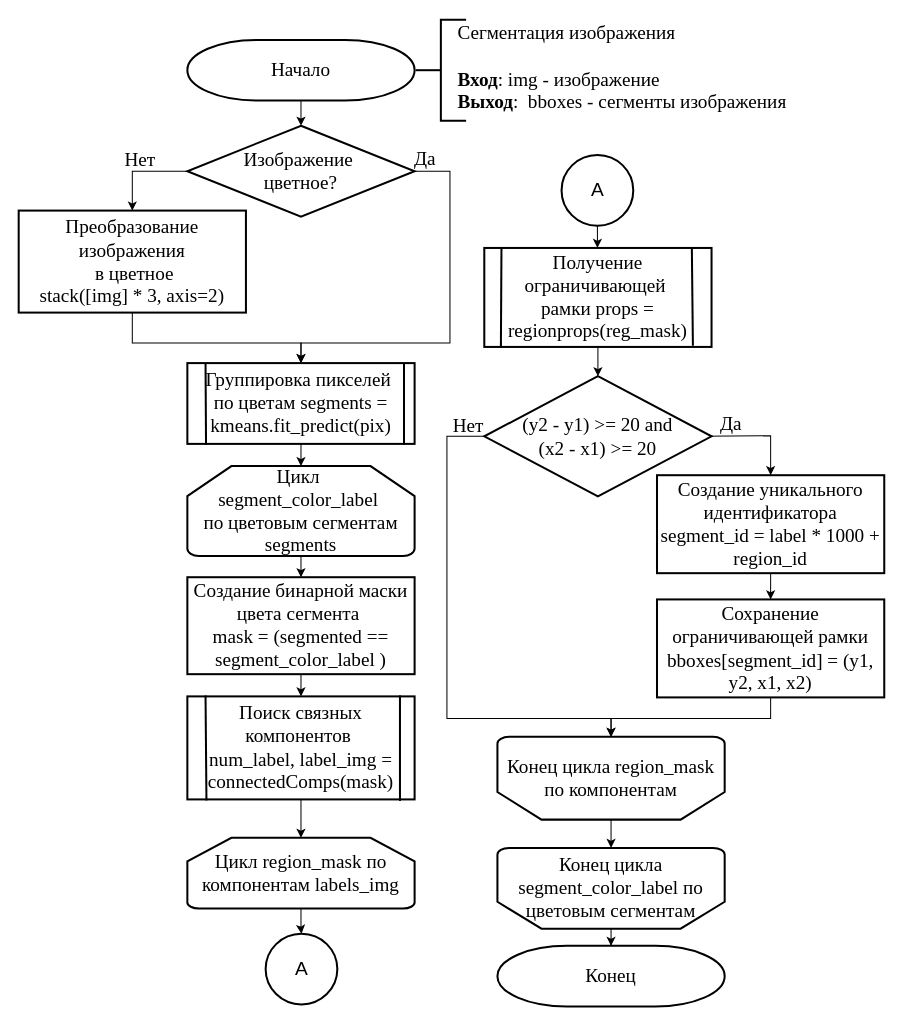
The draw.io diagram page "Сегментация изображения" (4 of 8) of report/Диаграммки.drawio in lalala-0/VKR_BMSTU, before the edit. Source tidied: cells renumbered, new cells numbered last; positions are measured from the earlier drawing's top-left corner, leaving out a move shared by most shapes. Both pictures are drawn from the tidied source at 101%, with x=0, y=0 at pixel (18, 17).
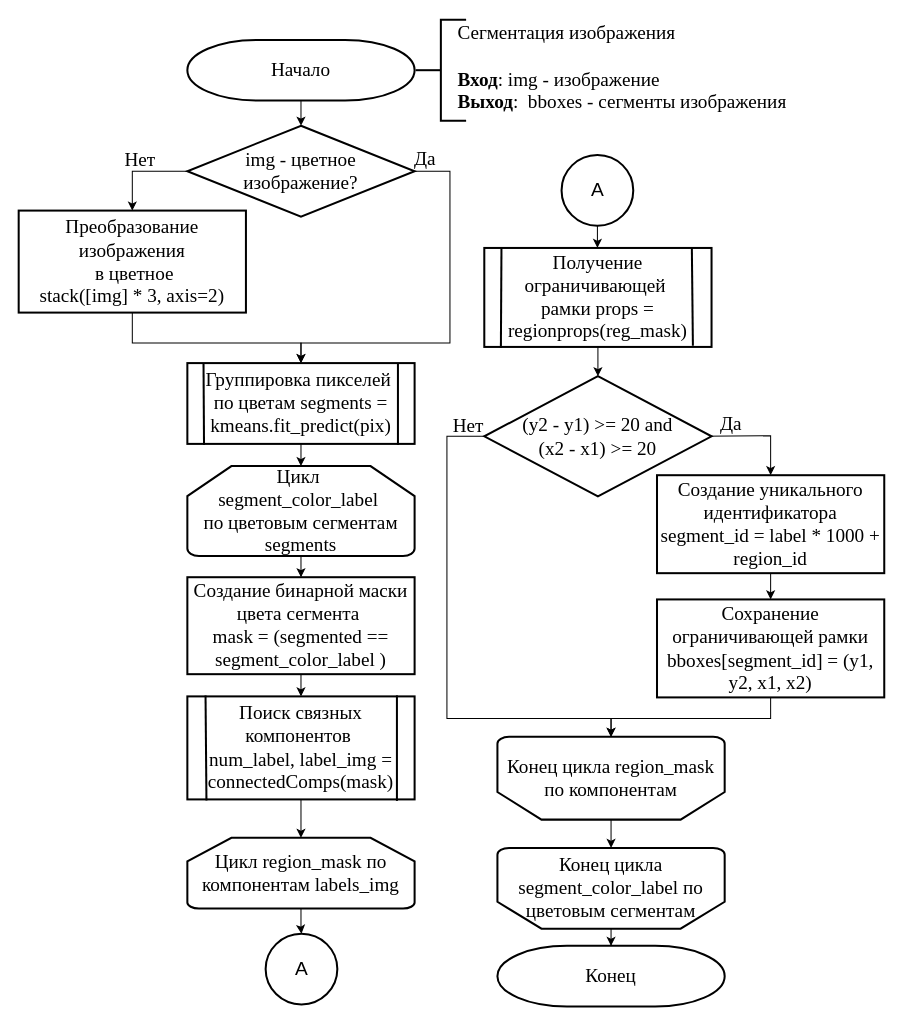
The same diagram, later.

Diff of the diagram source:
```diff
@@
-    <mxCell id="4" value="Изображение&amp;nbsp;&lt;div&gt;цветное?&lt;/div&gt;" style="rhombus;whiteSpace=wrap;html=1;strokeWidth=2;fontFamily=Times New Roman;fontSize=19;" parent="1" vertex="1">
+    <mxCell id="4" value="img - цветное изображение&lt;span style=&quot;background-color: transparent; color: light-dark(rgb(0, 0, 0), rgb(255, 255, 255));&quot;&gt;?&lt;/span&gt;" style="rhombus;whiteSpace=wrap;html=1;strokeWidth=2;fontFamily=Times New Roman;fontSize=19;" parent="1" vertex="1">
       <mxGeometry x="167" y="107" width="225" height="90" as="geometry" />
     </mxCell>
@@
     <mxCell id="43" style="endArrow=none;html=1;rounded=0;strokeWidth=2;entryX=0.087;entryY=0.013;entryDx=0;entryDy=0;entryPerimeter=0;fontSize=19;" parent="1" edge="1">
       <mxGeometry relative="1" as="geometry">
-        <mxPoint x="185.5" y="423" as="sourcePoint" />
-        <mxPoint x="185" y="342" as="targetPoint" />
+        <mxPoint x="183.5" y="423" as="sourcePoint" />
+        <mxPoint x="183" y="342" as="targetPoint" />
       </mxGeometry>
     </mxCell>
     <mxCell id="44" style="endArrow=none;html=1;rounded=0;strokeWidth=2;entryX=0.938;entryY=0.01;entryDx=0;entryDy=0;entryPerimeter=0;fontSize=19;" parent="1" edge="1">
       <mxGeometry relative="1" as="geometry">
-        <mxPoint x="381.5" y="423" as="sourcePoint" />
-        <mxPoint x="381.5" y="342" as="targetPoint" />
+        <mxPoint x="375.5" y="423" as="sourcePoint" />
+        <mxPoint x="375.5" y="342" as="targetPoint" />
       </mxGeometry>
     </mxCell>
@@
     <mxCell id="46" style="endArrow=none;html=1;rounded=0;strokeWidth=2;entryX=0.938;entryY=0.01;entryDx=0;entryDy=0;entryPerimeter=0;fontSize=19;exitX=0.918;exitY=1.015;exitDx=0;exitDy=0;exitPerimeter=0;" parent="1" edge="1">
       <mxGeometry relative="1" as="geometry">
-        <mxPoint x="377.5" y="775.5" as="sourcePoint" />
-        <mxPoint x="377.5" y="671" as="targetPoint" />
+        <mxPoint x="374.5" y="775.5" as="sourcePoint" />
+        <mxPoint x="374.5" y="671" as="targetPoint" />
       </mxGeometry>
     </mxCell>
```
